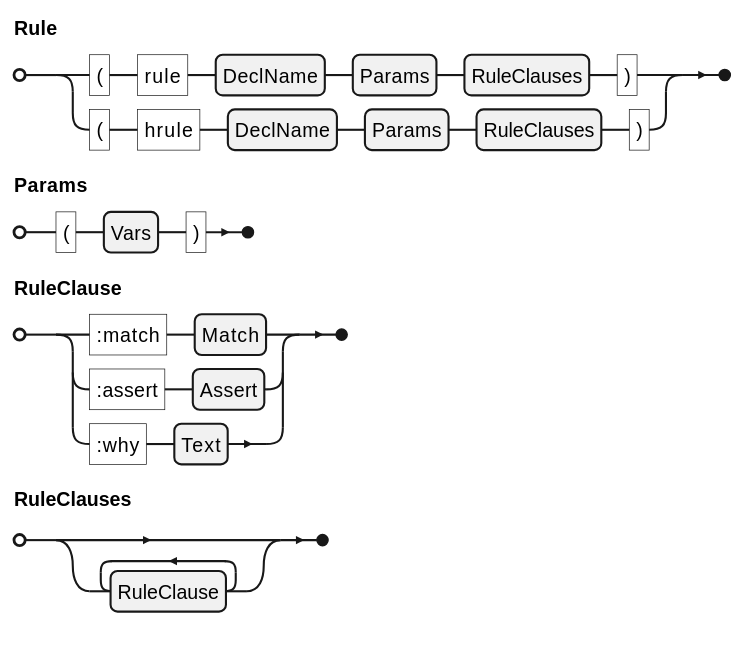
Above: docs/ein/user/04-reference/diagrams/01-grammar-phrase-rule.svg in agutikov/ein (PlantUML), before the change. Its source is kept beside it as docs/ein/user/04-reference/diagrams/01-grammar-phrase-rule.puml.
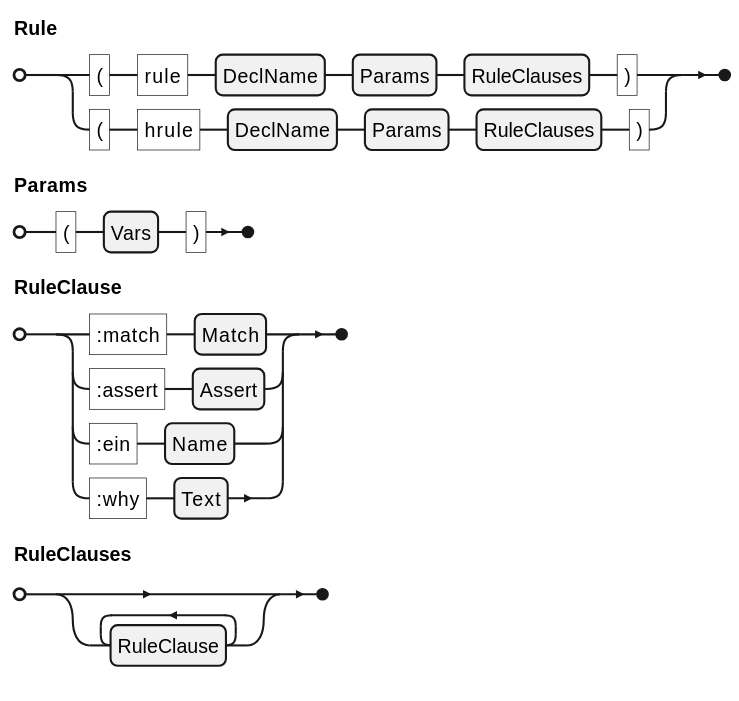
After the commit.

Diff of the diagram source:
```diff
@@ -3,6 +3,6 @@
     "(" , "rule" , DeclName , Params , RuleClauses , ")"
   | "(" , "hrule" , DeclName , Params , RuleClauses , ")" ;
 Params = "(" , Vars , ")" ;
-RuleClause = ":match" , Match | ":assert" , Assert | ":why" , Text ;
+RuleClause = ":match" , Match | ":assert" , Assert | ":ein" , Name | ":why" , Text ;
 RuleClauses = { RuleClause } ;
 @endebnf
```
